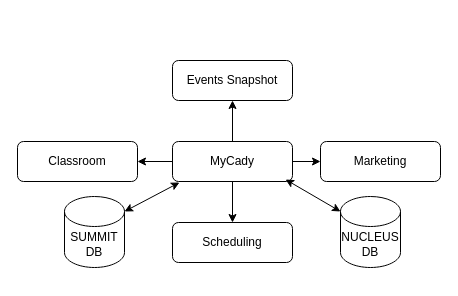
This is page "MyCady" (7 of 13) of 11.drawio from ai-next-zen/diagrams, a draw.io file, before an edit. Source tidied: cells renumbered, new cells numbered last; positions are measured from the earlier drawing's top-left corner, leaving out a move shared by most shapes. Both pictures are drawn from the tidied source at 100%, with x=0, y=0 at pixel (17, 60).
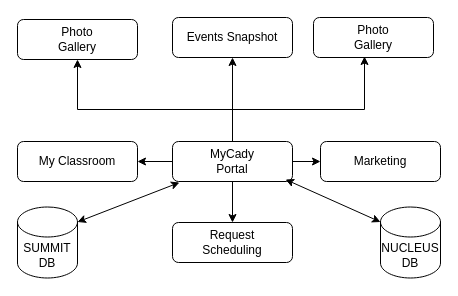
Above is the later version.

Diff of the diagram source:
```diff
@@
     <mxCell id="2" value="Events Snapshot" style="whiteSpace=wrap;html=1;rounded=1;" parent="1" vertex="1">
-      <mxGeometry x="155" width="120" height="40" as="geometry" />
+      <mxGeometry x="155" y="-43" width="120" height="40" as="geometry" />
     </mxCell>
@@
+    <mxCell id="15" style="edgeStyle=orthogonalEdgeStyle;rounded=0;jettySize=auto;html=1;entryX=0.5;entryY=1;entryDx=0;entryDy=0;" parent="1" edge="1" source="7" target="18">
+      <mxGeometry relative="1" as="geometry">
+        <Array as="points">
+          <mxPoint x="215" y="49" />
+          <mxPoint x="60" y="49" />
+        </Array>
+      </mxGeometry>
+    </mxCell>
-    <mxCell id="7" value="&lt;div&gt;MyCady&lt;/div&gt;" style="whiteSpace=wrap;html=1;rounded=1;" parent="1" vertex="1">
+    <mxCell id="7" value="&lt;div&gt;MyCady&lt;/div&gt;&lt;div&gt;Portal&lt;/div&gt;" style="whiteSpace=wrap;html=1;rounded=1;" parent="1" vertex="1">
       <mxGeometry x="155" y="81" width="120" height="40" as="geometry" />
     </mxCell>
-    <mxCell id="8" value="Scheduling" style="whiteSpace=wrap;html=1;rounded=1;" parent="1" vertex="1">
+    <mxCell id="8" value="Request&lt;div&gt;Scheduling&lt;/div&gt;" style="whiteSpace=wrap;html=1;rounded=1;" parent="1" vertex="1">
       <mxGeometry x="155" y="162" width="120" height="40" as="geometry" />
     </mxCell>
@@
-    <mxCell id="10" value="Classroom" style="whiteSpace=wrap;html=1;rounded=1;" parent="1" vertex="1">
+    <mxCell id="10" value="My Classroom" style="whiteSpace=wrap;html=1;rounded=1;" parent="1" vertex="1">
       <mxGeometry y="81" width="120" height="40" as="geometry" />
     </mxCell>
     <mxCell id="11" value="SUMMIT&lt;div&gt;DB&lt;/div&gt;" style="shape=cylinder3;whiteSpace=wrap;html=1;boundedLbl=1;backgroundOutline=1;size=15;" parent="1" vertex="1">
-      <mxGeometry x="47" y="136" width="60" height="71" as="geometry" />
+      <mxGeometry y="146.5" width="60" height="71" as="geometry" />
     </mxCell>
     <mxCell id="12" value="NUCLEUS&lt;div&gt;DB&lt;/div&gt;" style="shape=cylinder3;whiteSpace=wrap;html=1;boundedLbl=1;backgroundOutline=1;size=15;" parent="1" vertex="1">
-      <mxGeometry x="323" y="136" width="60" height="71" as="geometry" />
+      <mxGeometry x="363" y="146.5" width="60" height="71" as="geometry" />
     </mxCell>
@@
+    <mxCell id="16" value="Photo&lt;div&gt;Gallery&lt;/div&gt;" style="whiteSpace=wrap;html=1;rounded=1;" parent="1" vertex="1">
+      <mxGeometry x="296" y="-43" width="120" height="40" as="geometry" />
+    </mxCell>
+    <mxCell id="17" style="edgeStyle=orthogonalEdgeStyle;rounded=0;jettySize=auto;html=1;entryX=0.425;entryY=0.975;entryDx=0;entryDy=0;entryPerimeter=0;" parent="1" edge="1" source="7" target="16">
+      <mxGeometry relative="1" as="geometry">
+        <Array as="points">
+          <mxPoint x="215" y="49" />
+          <mxPoint x="347" y="49" />
+        </Array>
+      </mxGeometry>
+    </mxCell>
+    <mxCell id="18" value="Photo&lt;div&gt;Gallery&lt;/div&gt;" style="whiteSpace=wrap;html=1;rounded=1;" parent="1" vertex="1">
+      <mxGeometry y="-41" width="120" height="40" as="geometry" />
+    </mxCell>
```
